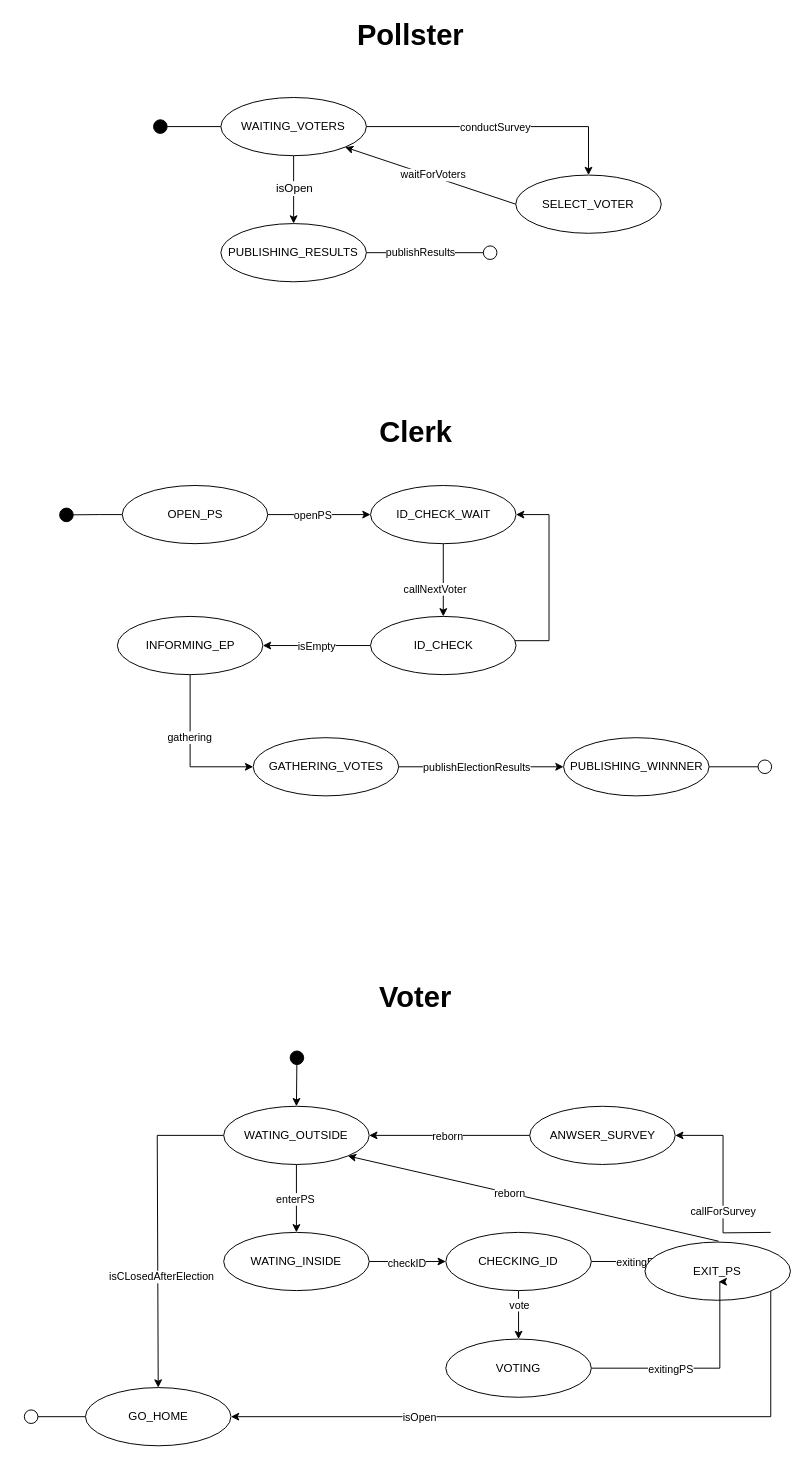
PedroMiguelTorresCarneiro/SD keeps this draw.io diagram as sd_assignment1.drawio. Above is the earlier version. Source tidied: cells renumbered, new cells numbered last; positions are measured from the earlier drawing's top-left corner, leaving out a move shared by most shapes. Both pictures are drawn from the tidied source at 97%, with x=0, y=0 at pixel (31, 19).
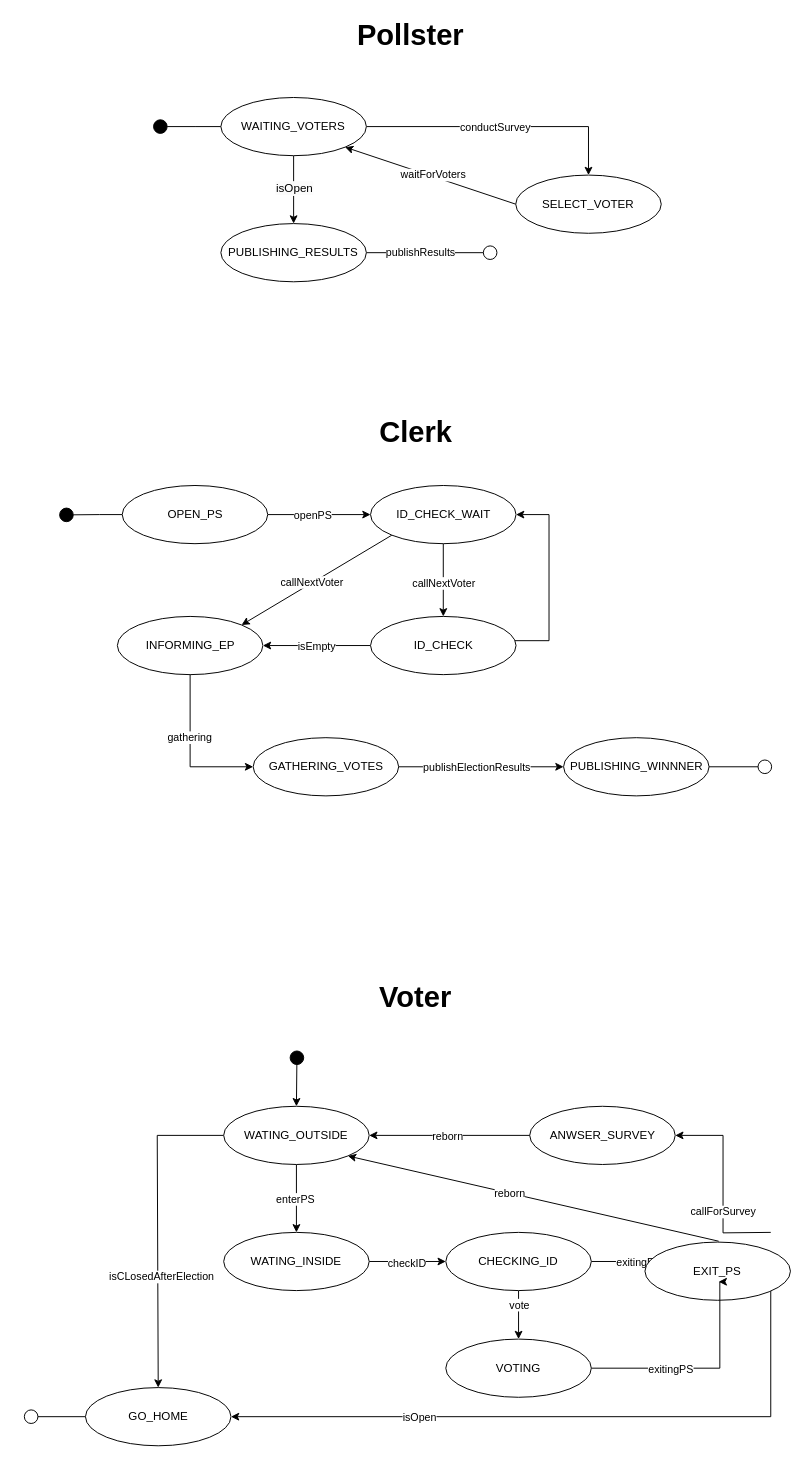
After the change.

The change refers to these unchanged cells:
```xml
<mxCell id="15" style="rounded=0;jettySize=auto;html=1;exitX=0.5;exitY=1;exitDx=0;exitDy=0;entryX=0.5;entryY=0;entryDx=0;entryDy=0;" parent="1" edge="1" source="17" target="25">
  <mxGeometry relative="1" as="geometry" />
</mxCell>
<mxCell id="17" value="ID_CHECK_WAIT" style="ellipse;whiteSpace=wrap;html=1;" parent="1" vertex="1">
  <mxGeometry x="349.5" y="480" width="150" height="60" as="geometry" />
</mxCell>
<mxCell id="28" value="INFORMING_EP" style="ellipse;whiteSpace=wrap;html=1;" parent="1" vertex="1">
  <mxGeometry x="88.5" y="615" width="150" height="60" as="geometry" />
</mxCell>
```

The edit, as a diff of the source:
```diff
@@
     <mxCell id="16" value="callNextVoter" style="edgeLabel;html=1;align=center;verticalAlign=middle;strokeColor=none;" parent="15" vertex="1">
       <mxGeometry x="-0.21" y="-2" relative="1" as="geometry">
-        <mxPoint x="-7" y="16" as="offset" />
+        <mxPoint x="2" y="10" as="offset" />
       </mxGeometry>
     </mxCell>
+    <mxCell id="65" style="rounded=0;jettySize=auto;html=1;exitX=0;exitY=1;exitDx=0;exitDy=0;entryX=1;entryY=0;entryDx=0;entryDy=0;" parent="1" edge="1" source="17" target="28">
+      <mxGeometry relative="1" as="geometry" />
+    </mxCell>
+    <mxCell id="66" value="callNextVoter" style="edgeLabel;html=1;align=center;verticalAlign=middle;" parent="65" vertex="1">
+      <mxGeometry x="0.06" y="-1" relative="1" as="geometry" />
+    </mxCell>
```
